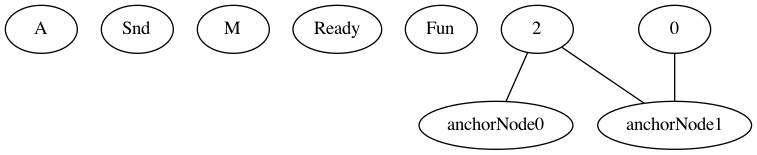
Earlier version of the Graphviz export Bigraph.gv.png (YifanZhou2574765/bigraph). Its source is kept beside it as bigraph.gv. Its diagram source:
```dot
graph Bigraph {
	subgraph region0 {
		A
	}
	subgraph A {
		Snd
	}
	subgraph Snd {
		M
	}
	subgraph Snd {
		Ready
	}
	subgraph Ready {
		Fun
	}
	anchorNode0
	anchorNode1
	2 -- anchorNode0
	0 -- anchorNode1
	2 -- anchorNode1
}
```
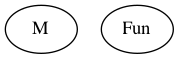
After the commit.

Diff of the diagram source:
```diff
@@ -1,22 +1,16 @@
 graph Bigraph {
-	subgraph region0 {
-		A
+	M
+	Fun
+	subgraph cluster {
+		label=Ready
 	}
-	subgraph A {
-		Snd
+	subgraph cluster {
+		label=Snd
 	}
-	subgraph Snd {
-		M
+	subgraph cluster {
+		label=A
 	}
-	subgraph Snd {
-		Ready
+	subgraph cluster {
+		label=region0
 	}
-	subgraph Ready {
-		Fun
-	}
-	anchorNode0
-	anchorNode1
-	2 -- anchorNode0
-	0 -- anchorNode1
-	2 -- anchorNode1
 }
```
